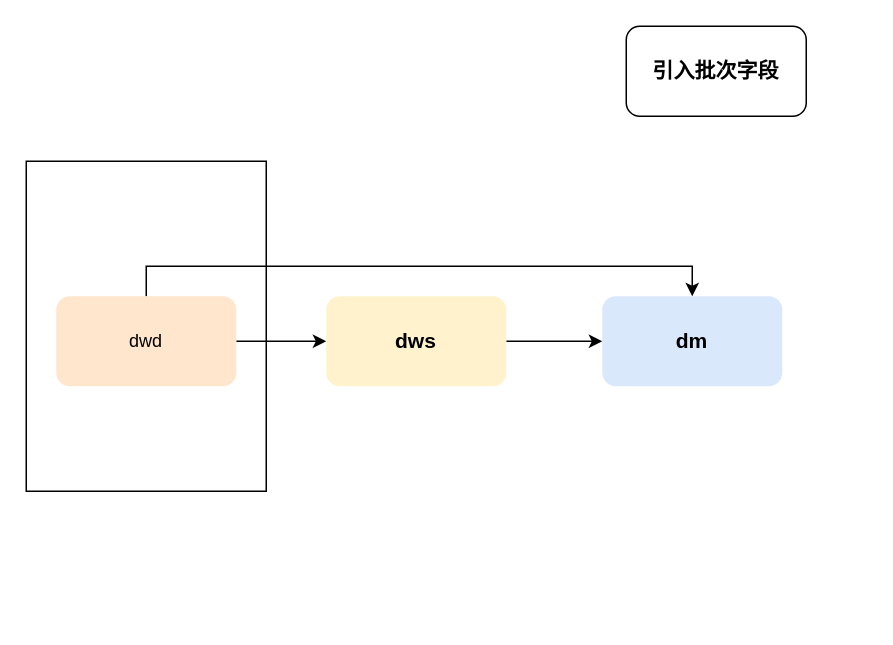
Above: 实时快速恢复能力.drawio in mineminemine123/work-wiki (draw.io), before the change. Source tidied: cells renumbered, new cells numbered last; positions are measured from the earlier drawing's top-left corner, leaving out a move shared by most shapes. Both pictures are drawn from the tidied source at 150%, with x=0, y=0 at pixel (26, 26).
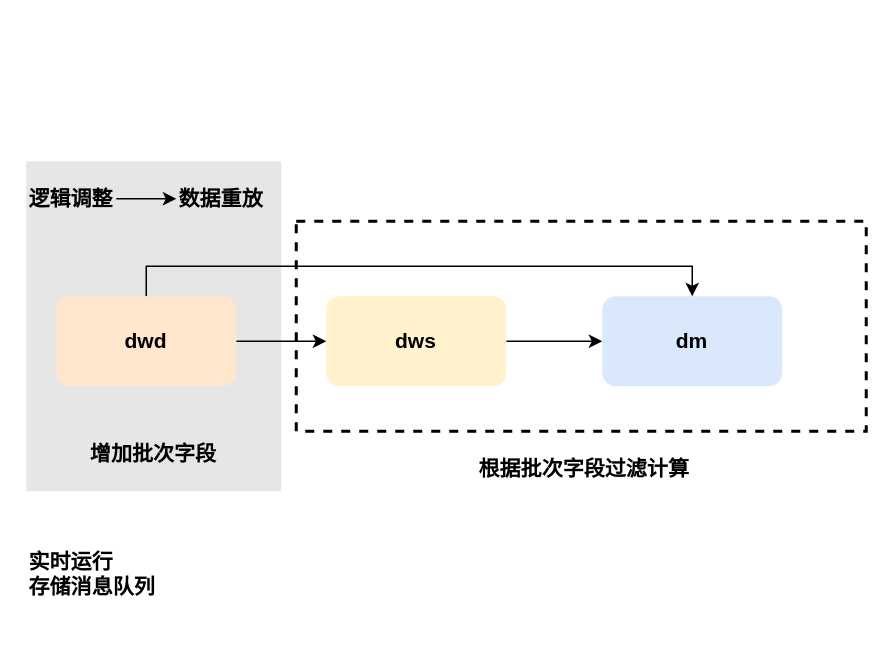
The same diagram, later.

Commit message (it also covers changes not shown here):
更新实时快速恢复能力.drawio

Change to the diagram source:
```diff
@@
 <mxGraphModel>
   <root>
     <mxCell id="0" />
     <mxCell id="1" parent="0" />
+    <mxCell id="10" style="rounded=0;whiteSpace=wrap;html=1;fillColor=none;strokeColor=default;strokeWidth=2;dashed=1;" parent="1" vertex="1">
+      <mxGeometry x="180" y="130" width="380" height="140" as="geometry" />
+    </mxCell>
-    <mxCell id="2" style="rounded=0;whiteSpace=wrap;html=1;" parent="1" vertex="1">
-      <mxGeometry y="90" width="160" height="220" as="geometry" />
+    <mxCell id="2" style="rounded=0;whiteSpace=wrap;html=1;strokeColor=none;fillColor=#E6E6E6;" parent="1" vertex="1">
+      <mxGeometry y="90" width="170" height="220" as="geometry" />
     </mxCell>
     <mxCell id="3" style="edgeStyle=orthogonalEdgeStyle;rounded=0;jettySize=auto;html=1;exitX=1;exitY=0.5;exitDx=0;exitDy=0;" parent="1" edge="1" source="4" target="5">
       <mxGeometry relative="1" as="geometry" />
     </mxCell>
     <mxCell id="4" value="&lt;h3&gt;dws&lt;/h3&gt;" style="rounded=1;whiteSpace=wrap;html=1;fillColor=#fff2cc;strokeColor=none;" parent="1" vertex="1">
       <mxGeometry x="200" y="180" width="120" height="60" as="geometry" />
     </mxCell>
     <mxCell id="5" value="&lt;h3&gt;dm&lt;/h3&gt;" style="rounded=1;whiteSpace=wrap;html=1;fillColor=#dae8fc;strokeColor=none;" parent="1" vertex="1">
       <mxGeometry x="384" y="180" width="120" height="60" as="geometry" />
     </mxCell>
     <mxCell id="6" style="edgeStyle=orthogonalEdgeStyle;rounded=0;jettySize=auto;html=1;exitX=1;exitY=0.5;exitDx=0;exitDy=0;" parent="1" edge="1" source="8" target="4">
       <mxGeometry relative="1" as="geometry" />
     </mxCell>
     <mxCell id="7" style="edgeStyle=orthogonalEdgeStyle;rounded=0;jettySize=auto;html=1;exitX=0.5;exitY=0;exitDx=0;exitDy=0;entryX=0.5;entryY=0;entryDx=0;entryDy=0;" parent="1" edge="1" source="8" target="5">
       <mxGeometry relative="1" as="geometry" />
     </mxCell>
-    <mxCell id="8" value="dwd" style="rounded=1;whiteSpace=wrap;html=1;fillColor=#ffe6cc;strokeColor=none;" parent="1" vertex="1">
+    <mxCell id="8" value="&lt;h3&gt;dwd&lt;/h3&gt;" style="rounded=1;whiteSpace=wrap;html=1;fillColor=#ffe6cc;strokeColor=none;" parent="1" vertex="1">
       <mxGeometry x="20" y="180" width="120" height="60" as="geometry" />
     </mxCell>
-    <mxCell id="9" value="&lt;h3&gt;引入批次字段&lt;/h3&gt;" style="rounded=1;whiteSpace=wrap;html=1;" parent="1" vertex="1">
-      <mxGeometry x="400" width="120" height="60" as="geometry" />
-    </mxCell>
+    <mxCell id="11" value="&lt;h3&gt;实时运行&lt;br&gt;存储消息队列&lt;/h3&gt;" style="text;html=1;strokeColor=none;fillColor=none;align=left;verticalAlign=middle;whiteSpace=wrap;rounded=0;" parent="1" vertex="1">
+      <mxGeometry y="340" width="120" height="50" as="geometry" />
+    </mxCell>
+    <mxCell id="12" style="edgeStyle=orthogonalEdgeStyle;rounded=0;jettySize=auto;html=1;" parent="1" edge="1" source="13" target="14">
+      <mxGeometry relative="1" as="geometry" />
+    </mxCell>
+    <mxCell id="13" value="&lt;h3&gt;逻辑调整&lt;/h3&gt;" style="text;html=1;strokeColor=none;fillColor=none;align=center;verticalAlign=middle;whiteSpace=wrap;rounded=0;" parent="1" vertex="1">
+      <mxGeometry y="100" width="60" height="30" as="geometry" />
+    </mxCell>
+    <mxCell id="14" value="&lt;h3&gt;数据重放&lt;/h3&gt;" style="text;html=1;strokeColor=none;fillColor=none;align=left;verticalAlign=middle;whiteSpace=wrap;rounded=0;" parent="1" vertex="1">
+      <mxGeometry x="100" y="100" width="100" height="30" as="geometry" />
+    </mxCell>
+    <mxCell id="15" value="&lt;h3&gt;根据批次字段过滤计算&lt;/h3&gt;" style="text;html=1;strokeColor=none;fillColor=none;align=left;verticalAlign=middle;whiteSpace=wrap;rounded=0;" parent="1" vertex="1">
+      <mxGeometry x="300" y="270" width="160" height="50" as="geometry" />
+    </mxCell>
+    <mxCell id="16" value="&lt;h3&gt;增加批次字段&lt;/h3&gt;" style="text;html=1;strokeColor=none;fillColor=none;align=center;verticalAlign=middle;whiteSpace=wrap;rounded=0;dashed=1;" parent="1" vertex="1">
+      <mxGeometry x="40" y="270" width="90" height="30" as="geometry" />
+    </mxCell>
   </root>
 </mxGraphModel>
```
